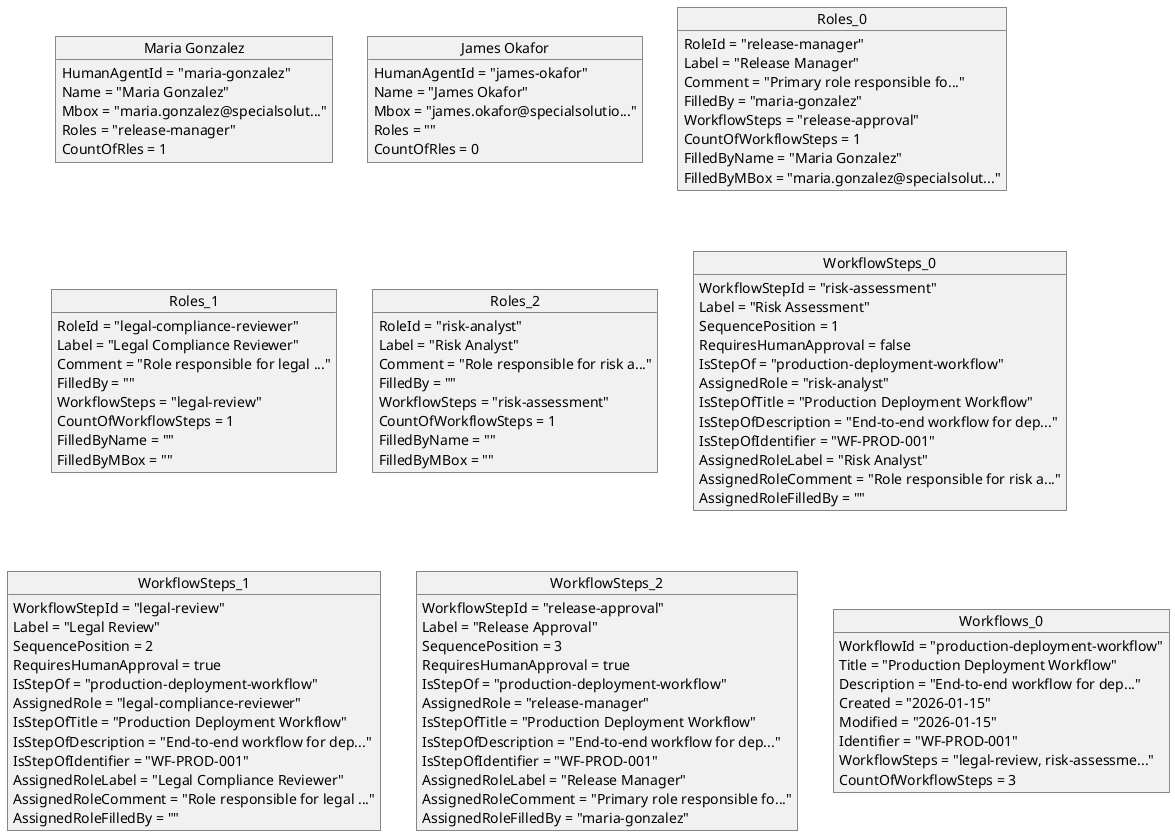
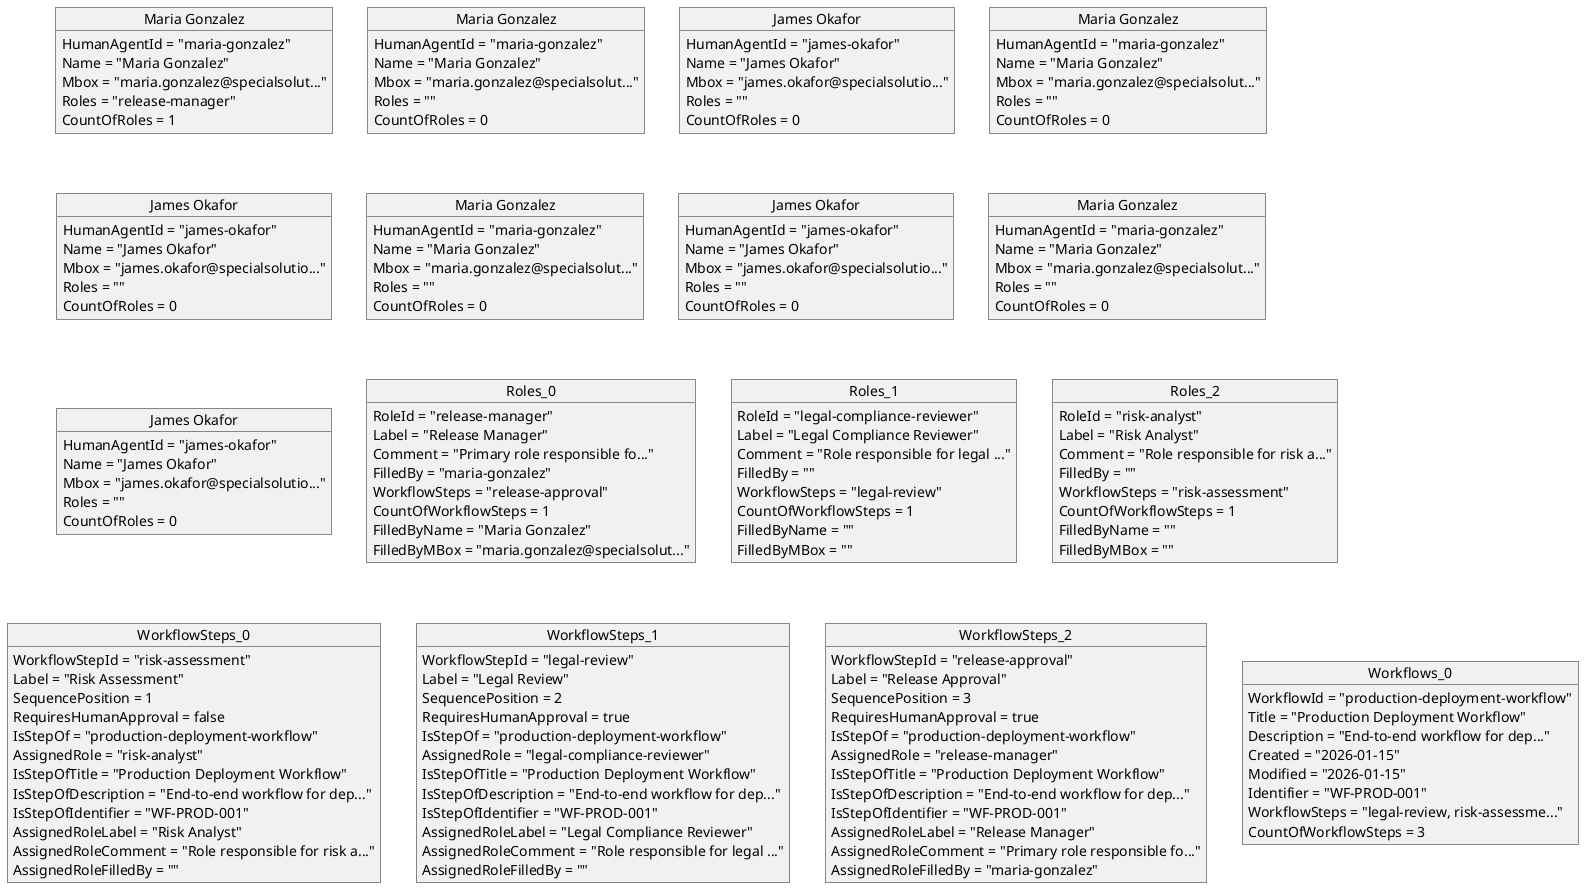
@startuml

object "Maria Gonzalez" as HumanAgents_0 {
  HumanAgentId = "maria-gonzalez"
  Name = "Maria Gonzalez"
  Mbox = "maria.gonzalez@specialsolut..."
  Roles = "release-manager"
-   CountOfRles = 1
+   CountOfRoles = 1
}

- object "James Okafor" as HumanAgents_1 {
+ object "Maria Gonzalez" as HumanAgents_1 {
+   HumanAgentId = "maria-gonzalez"
+   Name = "Maria Gonzalez"
+   Mbox = "maria.gonzalez@specialsolut..."
+   Roles = ""
+   CountOfRoles = 0
+ }
+ 
+ object "James Okafor" as HumanAgents_2 {
  HumanAgentId = "james-okafor"
  Name = "James Okafor"
  Mbox = "james.okafor@specialsolutio..."
  Roles = ""
-   CountOfRles = 0
+   CountOfRoles = 0
+ }
+ 
+ object "Maria Gonzalez" as HumanAgents_3 {
+   HumanAgentId = "maria-gonzalez"
+   Name = "Maria Gonzalez"
+   Mbox = "maria.gonzalez@specialsolut..."
+   Roles = ""
+   CountOfRoles = 0
+ }
+ 
+ object "James Okafor" as HumanAgents_4 {
+   HumanAgentId = "james-okafor"
+   Name = "James Okafor"
+   Mbox = "james.okafor@specialsolutio..."
+   Roles = ""
+   CountOfRoles = 0
+ }
+ 
+ object "Maria Gonzalez" as HumanAgents_5 {
+   HumanAgentId = "maria-gonzalez"
+   Name = "Maria Gonzalez"
+   Mbox = "maria.gonzalez@specialsolut..."
+   Roles = ""
+   CountOfRoles = 0
+ }
+ 
+ object "James Okafor" as HumanAgents_6 {
+   HumanAgentId = "james-okafor"
+   Name = "James Okafor"
+   Mbox = "james.okafor@specialsolutio..."
+   Roles = ""
+   CountOfRoles = 0
+ }
+ 
+ object "Maria Gonzalez" as HumanAgents_7 {
+   HumanAgentId = "maria-gonzalez"
+   Name = "Maria Gonzalez"
+   Mbox = "maria.gonzalez@specialsolut..."
+   Roles = ""
+   CountOfRoles = 0
+ }
+ 
+ object "James Okafor" as HumanAgents_8 {
+   HumanAgentId = "james-okafor"
+   Name = "James Okafor"
+   Mbox = "james.okafor@specialsolutio..."
+   Roles = ""
+   CountOfRoles = 0
}

object "Roles_0" as Roles_0 {
  RoleId = "release-manager"
  Label = "Release Manager"
  Comment = "Primary role responsible fo..."
  FilledBy = "maria-gonzalez"
  WorkflowSteps = "release-approval"
  CountOfWorkflowSteps = 1
  FilledByName = "Maria Gonzalez"
  FilledByMBox = "maria.gonzalez@specialsolut..."
}

object "Roles_1" as Roles_1 {
  RoleId = "legal-compliance-reviewer"
  Label = "Legal Compliance Reviewer"
  Comment = "Role responsible for legal ..."
  FilledBy = ""
  WorkflowSteps = "legal-review"
  CountOfWorkflowSteps = 1
  FilledByName = ""
  FilledByMBox = ""
}

object "Roles_2" as Roles_2 {
  RoleId = "risk-analyst"
  Label = "Risk Analyst"
  Comment = "Role responsible for risk a..."
  FilledBy = ""
  WorkflowSteps = "risk-assessment"
  CountOfWorkflowSteps = 1
  FilledByName = ""
  FilledByMBox = ""
}

object "WorkflowSteps_0" as WorkflowSteps_0 {
  WorkflowStepId = "risk-assessment"
  Label = "Risk Assessment"
  SequencePosition = 1
  RequiresHumanApproval = false
  IsStepOf = "production-deployment-workflow"
  AssignedRole = "risk-analyst"
  IsStepOfTitle = "Production Deployment Workflow"
  IsStepOfDescription = "End-to-end workflow for dep..."
  IsStepOfIdentifier = "WF-PROD-001"
  AssignedRoleLabel = "Risk Analyst"
  AssignedRoleComment = "Role responsible for risk a..."
  AssignedRoleFilledBy = ""
}

object "WorkflowSteps_1" as WorkflowSteps_1 {
  WorkflowStepId = "legal-review"
  Label = "Legal Review"
  SequencePosition = 2
  RequiresHumanApproval = true
  IsStepOf = "production-deployment-workflow"
  AssignedRole = "legal-compliance-reviewer"
  IsStepOfTitle = "Production Deployment Workflow"
  IsStepOfDescription = "End-to-end workflow for dep..."
  IsStepOfIdentifier = "WF-PROD-001"
  AssignedRoleLabel = "Legal Compliance Reviewer"
  AssignedRoleComment = "Role responsible for legal ..."
  AssignedRoleFilledBy = ""
}

object "WorkflowSteps_2" as WorkflowSteps_2 {
  WorkflowStepId = "release-approval"
  Label = "Release Approval"
  SequencePosition = 3
  RequiresHumanApproval = true
  IsStepOf = "production-deployment-workflow"
  AssignedRole = "release-manager"
  IsStepOfTitle = "Production Deployment Workflow"
  IsStepOfDescription = "End-to-end workflow for dep..."
  IsStepOfIdentifier = "WF-PROD-001"
  AssignedRoleLabel = "Release Manager"
  AssignedRoleComment = "Primary role responsible fo..."
  AssignedRoleFilledBy = "maria-gonzalez"
}

object "Workflows_0" as Workflows_0 {
  WorkflowId = "production-deployment-workflow"
  Title = "Production Deployment Workflow"
  Description = "End-to-end workflow for dep..."
  Created = "2026-01-15"
  Modified = "2026-01-15"
  Identifier = "WF-PROD-001"
  WorkflowSteps = "legal-review, risk-assessme..."
  CountOfWorkflowSteps = 3
}

@enduml